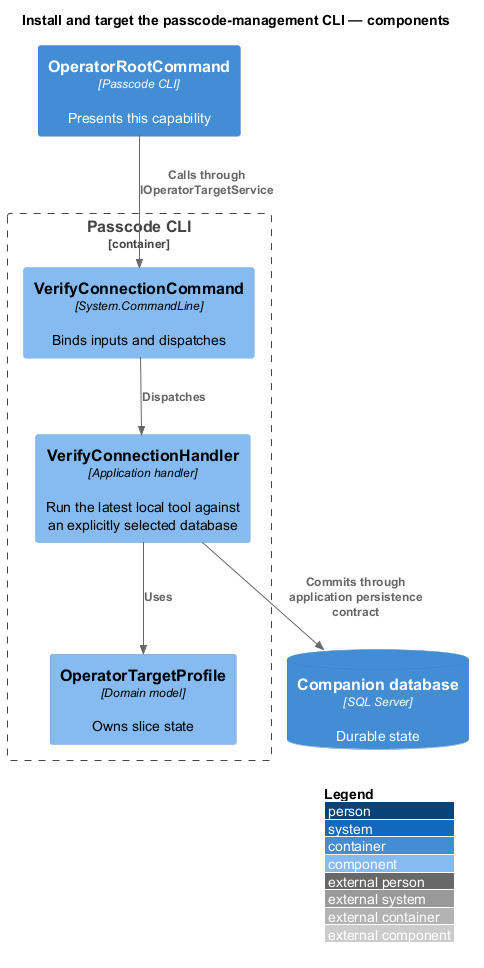
QuinntyneBrown/faithtech-toronto-ai-build-event keeps this PlantUML diagram as docs/detailed-designs/operations/install-passcode-cli/diagrams/c4-component.png. Above is the earlier version. Its diagram source:
```plantuml
@startuml
!include <C4/C4_Component>
LAYOUT_WITH_LEGEND()
title Install and target the passcode-management CLI — components
Container(client, "OperatorRootCommand", "Passcode CLI", "Presents this capability")
Container_Boundary(api, "Passcode CLI") {
Component(entry, "VerifyConnectionCommand", "System.CommandLine", "Binds inputs and dispatches")
Component(handler, "VerifyConnectionHandler", "Application handler", "Run the latest local tool against an explicitly selected database")
Component(entity, "OperatorTargetProfile", "Domain model", "Owns slice state")
}
ContainerDb(db, "Companion database", "SQL Server", "Durable state")
Rel(client, entry, "Calls through IOperatorTargetService")
Rel(entry, handler, "Dispatches")
Rel(handler, entity, "Uses")
Rel(handler, db, "Commits through application persistence contract")
@enduml
```
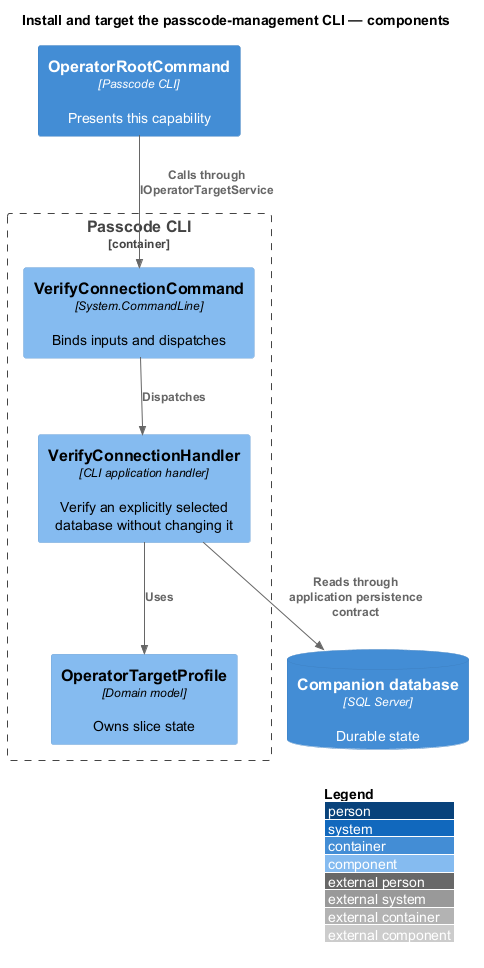
The same diagram one commit later.

Diff of the diagram source:
```diff
@@ -5,12 +5,12 @@
 Container(client, "OperatorRootCommand", "Passcode CLI", "Presents this capability")
 Container_Boundary(api, "Passcode CLI") {
 Component(entry, "VerifyConnectionCommand", "System.CommandLine", "Binds inputs and dispatches")
-Component(handler, "VerifyConnectionHandler", "Application handler", "Run the latest local tool against an explicitly selected database")
+Component(handler, "VerifyConnectionHandler", "CLI application handler", "Verify an explicitly selected database without changing it")
 Component(entity, "OperatorTargetProfile", "Domain model", "Owns slice state")
 }
 ContainerDb(db, "Companion database", "SQL Server", "Durable state")
 Rel(client, entry, "Calls through IOperatorTargetService")
 Rel(entry, handler, "Dispatches")
 Rel(handler, entity, "Uses")
-Rel(handler, db, "Commits through application persistence contract")
+Rel(handler, db, "Reads through application persistence contract")
 @enduml
```
